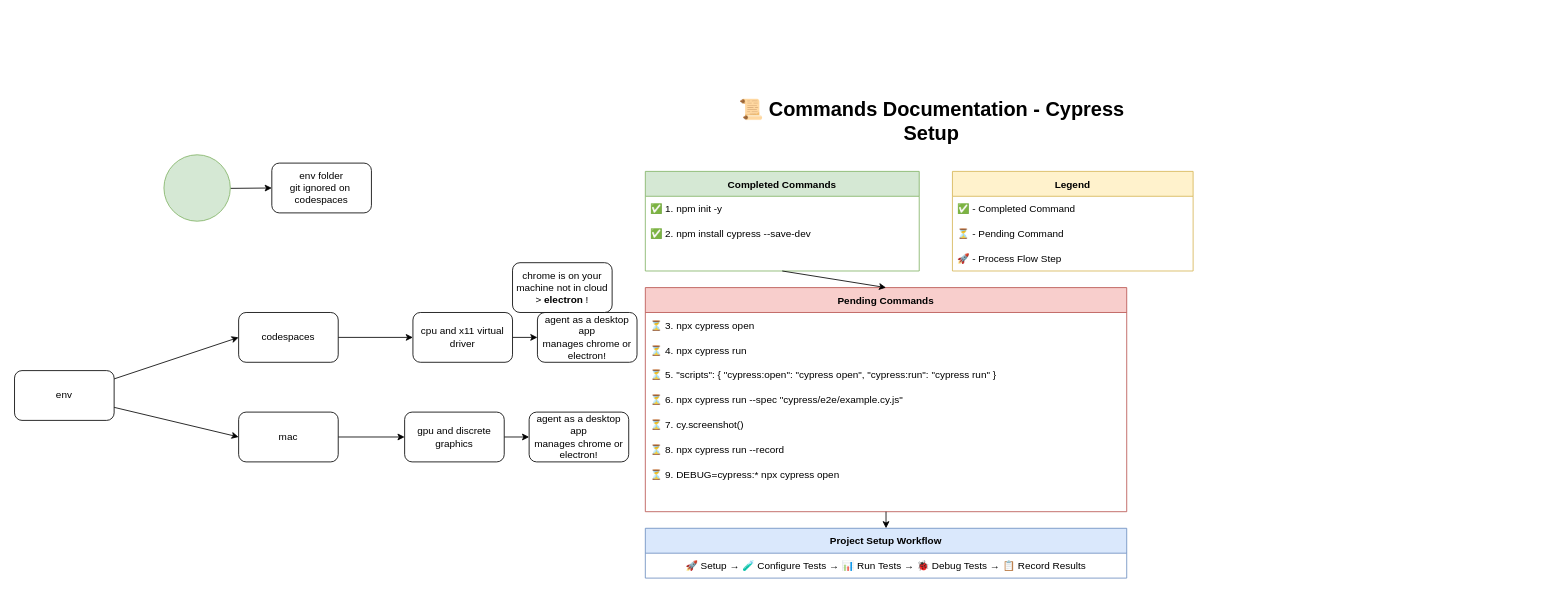
Earlier version of the draw.io diagram 2_✈️_Journey/2.3.1_journey.drawio (JPHardy/Cypress). Source tidied: cells renumbered, new cells numbered last; positions are measured from the earlier drawing's top-left corner, leaving out a move shared by most shapes. Both pictures are drawn from the tidied source at 83%, with x=0, y=0 at pixel (14, 105).
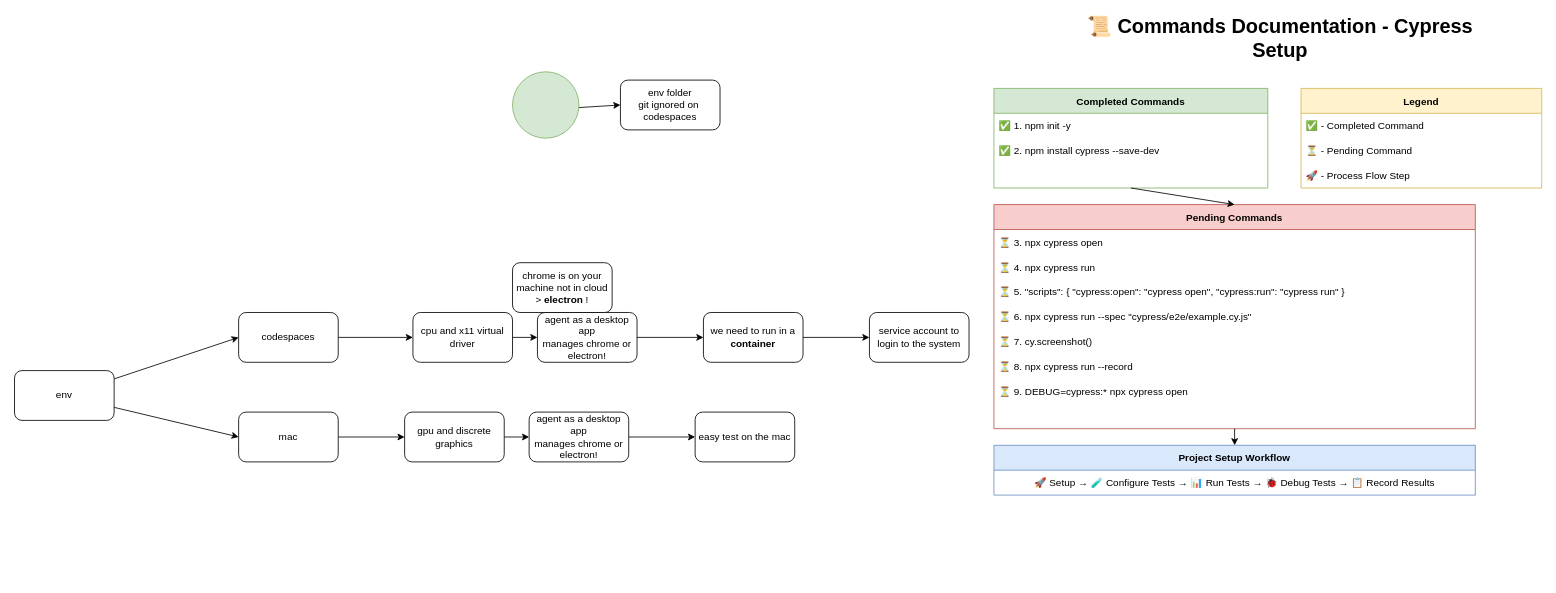
Above is the later version.

Commit message (it also covers changes not shown here):
Add Cypress setup documentation for running tests in a container

The change refers to these unchanged cells:
```xml
<mxCell id="36" value="agent as a desktop app&lt;div&gt;manages chrome or electron!&lt;/div&gt;" style="rounded=1;whiteSpace=wrap;html=1;" parent="1" vertex="1">
  <mxGeometry x="620" y="370" width="120" height="60" as="geometry" />
</mxCell>
<mxCell id="37" value="agent as a desktop app&lt;div&gt;manages chrome or electron!&lt;/div&gt;" style="rounded=1;whiteSpace=wrap;html=1;" parent="1" vertex="1">
  <mxGeometry x="630" y="250" width="120" height="60" as="geometry" />
</mxCell>
```

What changed in the source:
```diff
@@
     <mxCell id="2" value="&lt;font style=&quot;font-size: 24px&quot;&gt;📜 Commands Documentation - Cypress Setup&lt;/font&gt;" style="text;html=1;strokeColor=none;fillColor=none;align=center;verticalAlign=middle;whiteSpace=wrap;rounded=0;fontStyle=1;" parent="1" vertex="1">
-      <mxGeometry x="840" width="530" height="40" as="geometry" />
+      <mxGeometry x="1260" y="-100" width="530" height="40" as="geometry" />
     </mxCell>
     <mxCell id="3" value="Completed Commands" style="swimlane;fontStyle=1;horizontal=1;startSize=30;fillColor=#d5e8d4;strokeColor=#82b366;" parent="1" vertex="1">
-      <mxGeometry x="760" y="80" width="330" height="120" as="geometry" />
+      <mxGeometry x="1180" y="-20" width="330" height="120" as="geometry" />
     </mxCell>
@@
     <mxCell id="6" value="Pending Commands" style="swimlane;fontStyle=1;horizontal=1;startSize=30;fillColor=#f8cecc;strokeColor=#b85450;" parent="1" vertex="1">
-      <mxGeometry x="760" y="220" width="580" height="270" as="geometry" />
+      <mxGeometry x="1180" y="120" width="580" height="270" as="geometry" />
     </mxCell>
@@
     <mxCell id="14" value="Project Setup Workflow" style="swimlane;fontStyle=1;horizontal=1;startSize=30;fillColor=#dae8fc;strokeColor=#6c8ebf;" parent="1" vertex="1">
-      <mxGeometry x="760" y="510" width="580" height="60" as="geometry" />
+      <mxGeometry x="1180" y="410" width="580" height="60" as="geometry" />
     </mxCell>
@@
     <mxCell id="18" value="Legend" style="swimlane;fontStyle=1;horizontal=1;startSize=30;fillColor=#fff2cc;strokeColor=#d6b656;" parent="1" vertex="1">
-      <mxGeometry x="1130" y="80" width="290" height="120" as="geometry" />
+      <mxGeometry x="1550" y="-20" width="290" height="120" as="geometry" />
     </mxCell>
@@
     <mxCell id="22" value="env folder&lt;div&gt;git ignored on&amp;nbsp;&lt;/div&gt;&lt;div&gt;codespaces&lt;/div&gt;" style="rounded=1;whiteSpace=wrap;html=1;" parent="1" vertex="1">
-      <mxGeometry x="310" y="70" width="120" height="60" as="geometry" />
+      <mxGeometry x="730" y="-30" width="120" height="60" as="geometry" />
     </mxCell>
@@
     <mxCell id="24" style="ellipse;whiteSpace=wrap;html=1;fillColor=#d5e8d4;strokeColor=#82b366;" parent="1" vertex="1">
-      <mxGeometry x="180" y="60" width="80" height="80" as="geometry" />
+      <mxGeometry x="600" y="-40" width="80" height="80" as="geometry" />
     </mxCell>
@@
+    <mxCell id="39" style="edgeStyle=none;html=1;" parent="1" edge="1" source="36" target="43">
+      <mxGeometry relative="1" as="geometry" />
+    </mxCell>
@@
+    <mxCell id="40" style="edgeStyle=none;html=1;" parent="1" edge="1" source="37" target="42">
+      <mxGeometry relative="1" as="geometry" />
+    </mxCell>
@@
+    <mxCell id="41" style="edgeStyle=none;html=1;" parent="1" edge="1" source="42" target="44">
+      <mxGeometry relative="1" as="geometry" />
+    </mxCell>
+    <mxCell id="42" value="we need to run in a &lt;b&gt;container&lt;/b&gt;" style="whiteSpace=wrap;html=1;rounded=1;" parent="1" vertex="1">
+      <mxGeometry x="830" y="250" width="120" height="60" as="geometry" />
+    </mxCell>
+    <mxCell id="43" value="easy test on the mac" style="whiteSpace=wrap;html=1;rounded=1;" parent="1" vertex="1">
+      <mxGeometry x="820" y="370" width="120" height="60" as="geometry" />
+    </mxCell>
+    <mxCell id="44" value="service account to login to the system" style="whiteSpace=wrap;html=1;rounded=1;" parent="1" vertex="1">
+      <mxGeometry x="1030" y="250" width="120" height="60" as="geometry" />
+    </mxCell>
```
